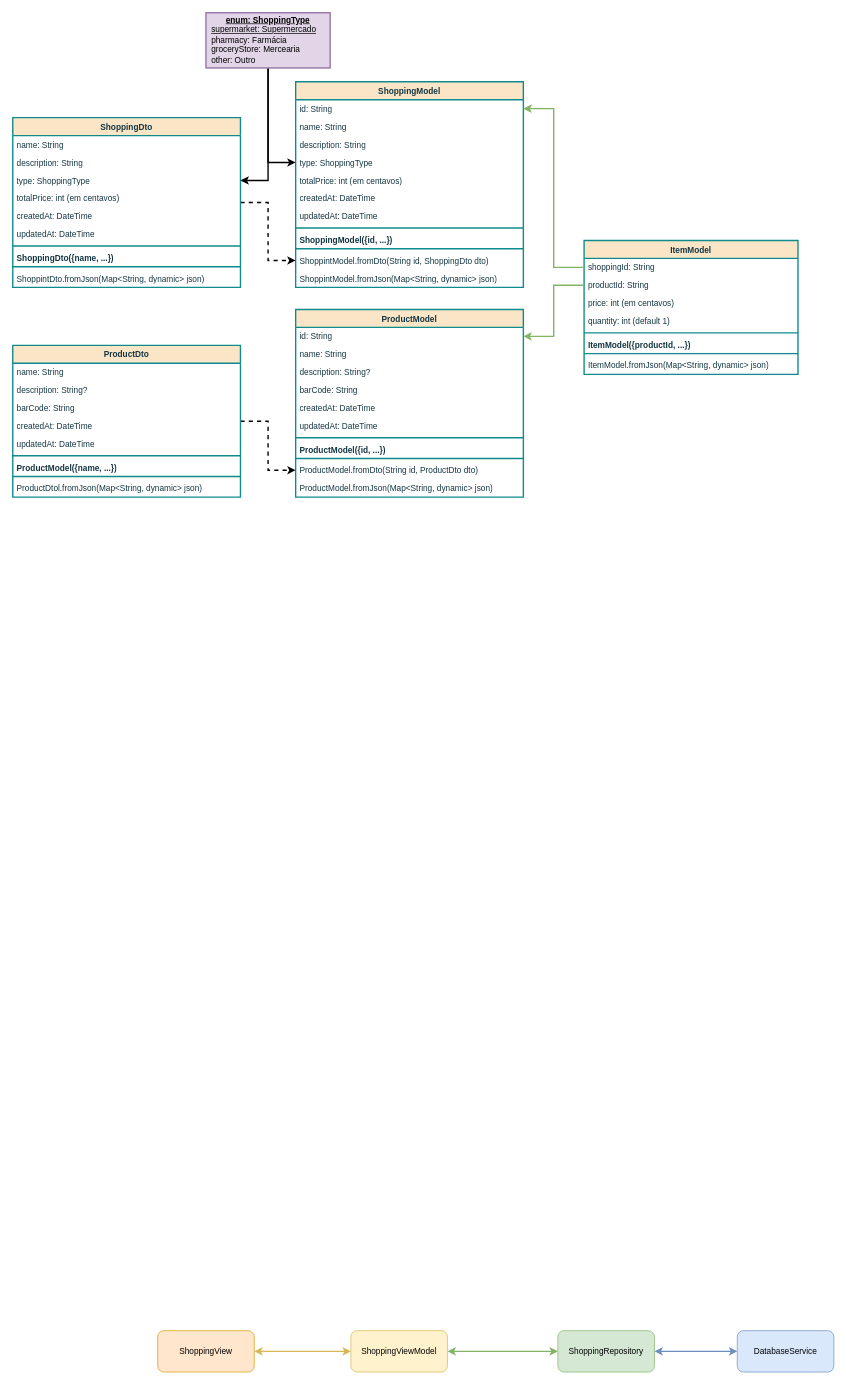
Earlier version of the draw.io diagram docs/Diagrama_de_Classes.drawio (rudsonalves/compras). Source tidied: cells renumbered, new cells numbered last; positions are measured from the earlier drawing's top-left corner, leaving out a move shared by most shapes. Both pictures are drawn from the tidied source at 69%, with x=0, y=0 at pixel (12, 12).
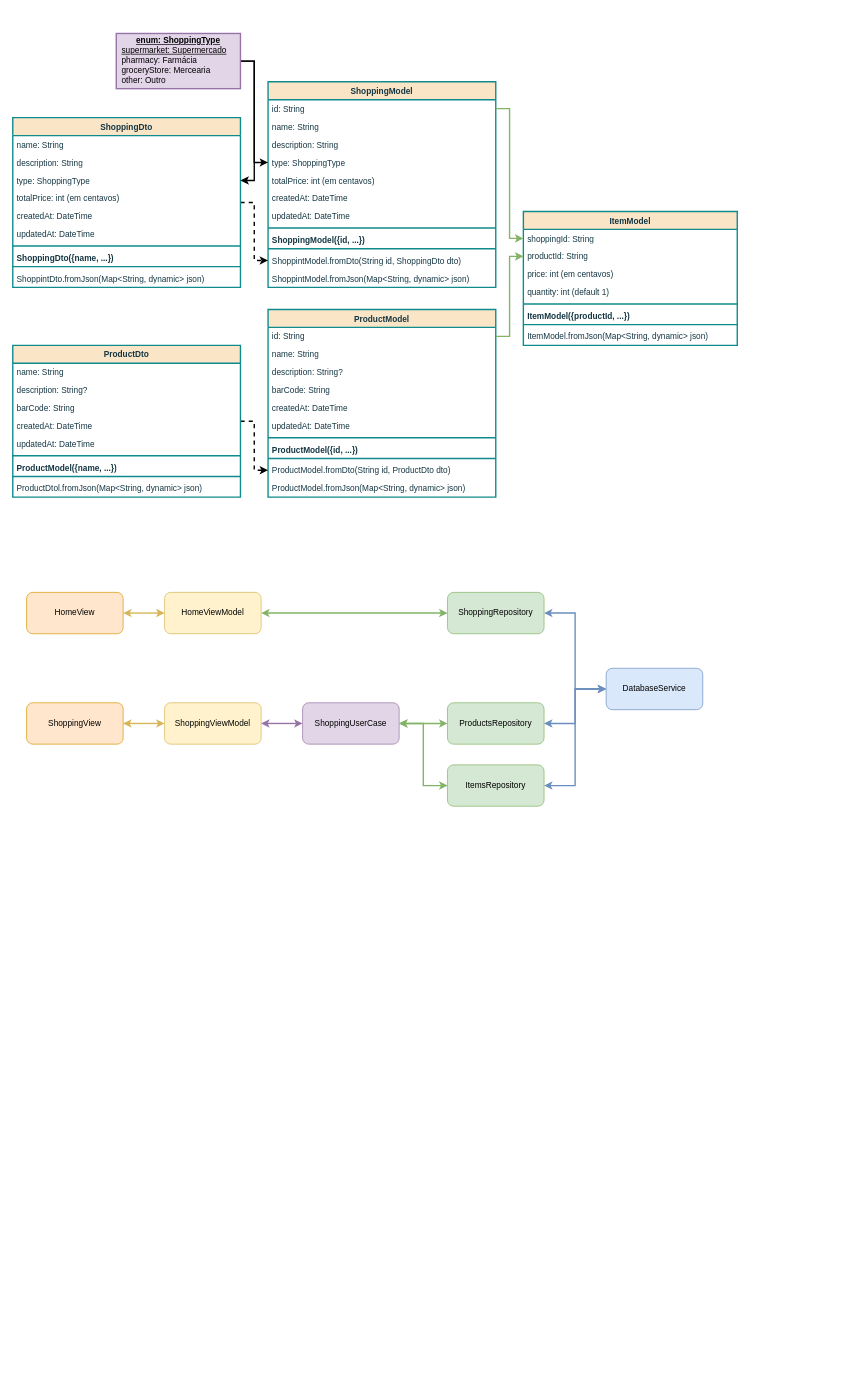
After the change.

The change refers to these unchanged cells:
```xml
<mxCell id="3" value="id: String" style="text;strokeColor=none;fillColor=none;align=left;verticalAlign=top;spacingLeft=4;spacingRight=4;overflow=hidden;points=[[0,0.5],[1,0.5]];portConstraint=eastwest;whiteSpace=wrap;html=1;labelBackgroundColor=none;fontColor=#143642;" parent="2" vertex="1">
  <mxGeometry y="26" width="330" height="26" as="geometry" />
</mxCell>
<mxCell id="6" value="type: ShoppingType" style="text;strokeColor=none;fillColor=none;align=left;verticalAlign=top;spacingLeft=4;spacingRight=4;overflow=hidden;points=[[0,0.5],[1,0.5]];portConstraint=eastwest;whiteSpace=wrap;html=1;labelBackgroundColor=none;fontColor=#143642;" parent="2" vertex="1">
  <mxGeometry y="104" width="330" height="26" as="geometry" />
</mxCell>
<mxCell id="16" value="id: String" style="text;strokeColor=none;fillColor=none;align=left;verticalAlign=top;spacingLeft=4;spacingRight=4;overflow=hidden;points=[[0,0.5],[1,0.5]];portConstraint=eastwest;whiteSpace=wrap;html=1;labelBackgroundColor=none;fontColor=#143642;" parent="15" vertex="1">
  <mxGeometry y="26" width="330" height="26" as="geometry" />
</mxCell>
<mxCell id="38" value="type: ShoppingType" style="text;strokeColor=none;fillColor=none;align=left;verticalAlign=top;spacingLeft=4;spacingRight=4;overflow=hidden;points=[[0,0.5],[1,0.5]];portConstraint=eastwest;whiteSpace=wrap;html=1;labelBackgroundColor=none;fontColor=#143642;" parent="35" vertex="1">
  <mxGeometry y="78" width="330" height="26" as="geometry" />
</mxCell>
<mxCell id="61" value="shoppingId: String" style="text;strokeColor=none;fillColor=none;align=left;verticalAlign=top;spacingLeft=4;spacingRight=4;overflow=hidden;points=[[0,0.5],[1,0.5]];portConstraint=eastwest;whiteSpace=wrap;html=1;labelBackgroundColor=none;fontColor=#143642;" parent="60" vertex="1">
  <mxGeometry y="26" width="310" height="26" as="geometry" />
</mxCell>
<mxCell id="62" value="productId: String" style="text;strokeColor=none;fillColor=none;align=left;verticalAlign=top;spacingLeft=4;spacingRight=4;overflow=hidden;points=[[0,0.5],[1,0.5]];portConstraint=eastwest;whiteSpace=wrap;html=1;labelBackgroundColor=none;fontColor=#143642;" parent="60" vertex="1">
  <mxGeometry y="52" width="310" height="26" as="geometry" />
</mxCell>
```

Change to the diagram source:
```diff
@@
     <mxCell id="2" value="ShoppingModel" style="swimlane;fontStyle=1;align=center;verticalAlign=top;horizontal=1;startSize=26;whiteSpace=wrap;html=1;labelBackgroundColor=none;fillColor=#FAE5C7;strokeColor=#0F8B8D;fontColor=#143642;strokeWidth=2;" parent="1" vertex="1">
-      <mxGeometry x="410" y="100" width="330" height="298" as="geometry" />
+      <mxGeometry x="370" y="100" width="330" height="298" as="geometry" />
     </mxCell>
@@
     <mxCell id="15" value="ProductModel" style="swimlane;fontStyle=1;align=center;verticalAlign=top;horizontal=1;startSize=26;whiteSpace=wrap;html=1;labelBackgroundColor=none;fillColor=#FAE5C7;strokeColor=#0F8B8D;fontColor=#143642;strokeWidth=2;" parent="1" vertex="1">
-      <mxGeometry x="410" y="430" width="330" height="272" as="geometry" />
+      <mxGeometry x="370" y="430" width="330" height="272" as="geometry" />
     </mxCell>
@@
     <mxCell id="28" value="ShoppingRepository" style="rounded=1;whiteSpace=wrap;html=1;fillColor=#d5e8d4;strokeColor=#82b366;" parent="1" vertex="1">
-      <mxGeometry x="790" y="1910" width="140" height="60" as="geometry" />
+      <mxGeometry x="630" y="840" width="140" height="60" as="geometry" />
     </mxCell>
-    <mxCell id="29" style="edgeStyle=orthogonalEdgeStyle;rounded=0;jettySize=auto;html=1;exitX=0;exitY=0.5;exitDx=0;exitDy=0;strokeWidth=2;fillColor=#dae8fc;strokeColor=#6c8ebf;startArrow=classic;startFill=1;" parent="1" edge="1" source="30" target="28">
+    <mxCell id="29" style="edgeStyle=orthogonalEdgeStyle;rounded=0;jettySize=auto;html=1;exitX=0;exitY=0.5;exitDx=0;exitDy=0;strokeWidth=2;fillColor=#dae8fc;strokeColor=#6c8ebf;startArrow=classic;startFill=1;entryX=1;entryY=0.5;entryDx=0;entryDy=0;" parent="1" edge="1" source="30" target="28">
       <mxGeometry relative="1" as="geometry" />
     </mxCell>
     <mxCell id="30" value="DatabaseService" style="rounded=1;whiteSpace=wrap;html=1;fillColor=#dae8fc;strokeColor=#6c8ebf;" parent="1" vertex="1">
-      <mxGeometry x="1050" y="1910" width="140" height="60" as="geometry" />
+      <mxGeometry x="860" y="950" width="140" height="60" as="geometry" />
     </mxCell>
@@
-    <mxCell id="32" value="ShoppingViewModel" style="rounded=1;whiteSpace=wrap;html=1;fillColor=#fff2cc;strokeColor=#d6b656;" parent="1" vertex="1">
-      <mxGeometry x="490" y="1910" width="140" height="60" as="geometry" />
+    <mxCell id="32" value="HomeViewModel" style="rounded=1;whiteSpace=wrap;html=1;fillColor=#fff2cc;strokeColor=#d6b656;" parent="1" vertex="1">
+      <mxGeometry x="220" y="840" width="140" height="60" as="geometry" />
     </mxCell>
-    <mxCell id="33" value="ShoppingView" style="rounded=1;whiteSpace=wrap;html=1;fillColor=#ffe6cc;strokeColor=#d79b00;" parent="1" vertex="1">
-      <mxGeometry x="210" y="1910" width="140" height="60" as="geometry" />
+    <mxCell id="33" value="HomeView" style="rounded=1;whiteSpace=wrap;html=1;fillColor=#ffe6cc;strokeColor=#d79b00;" parent="1" vertex="1">
+      <mxGeometry x="20" y="840" width="140" height="60" as="geometry" />
     </mxCell>
@@
-    <mxCell id="46" style="edgeStyle=orthogonalEdgeStyle;rounded=0;jettySize=auto;html=1;strokeWidth=2;" parent="1" edge="1" source="48" target="6">
+    <mxCell id="46" style="edgeStyle=orthogonalEdgeStyle;rounded=0;jettySize=auto;html=1;strokeWidth=2;exitX=1;exitY=0.5;exitDx=0;exitDy=0;" parent="1" edge="1" source="48" target="6">
       <mxGeometry relative="1" as="geometry" />
     </mxCell>
-    <mxCell id="47" style="edgeStyle=orthogonalEdgeStyle;rounded=0;jettySize=auto;html=1;exitX=0.5;exitY=1;exitDx=0;exitDy=0;strokeWidth=2;" parent="1" edge="1" source="48" target="38">
+    <mxCell id="47" style="edgeStyle=orthogonalEdgeStyle;rounded=0;jettySize=auto;html=1;exitX=1;exitY=0.5;exitDx=0;exitDy=0;strokeWidth=2;" parent="1" edge="1" source="48" target="38">
       <mxGeometry relative="1" as="geometry" />
     </mxCell>
     <mxCell id="48" value="&lt;p style=&quot;margin:0px;margin-top:4px;text-align:center;text-decoration:underline;&quot;&gt;&lt;b&gt;enum: ShoppingType&lt;/b&gt;&lt;/p&gt;&lt;p style=&quot;margin:0px;margin-left:8px;&quot;&gt;&lt;u style=&quot;background-color: transparent; color: light-dark(rgb(0, 0, 0), rgb(255, 255, 255));&quot;&gt;supermarket: Supermercado&lt;/u&gt;&lt;/p&gt;&lt;p style=&quot;margin:0px;margin-left:8px;&quot;&gt;pharmacy: Farmácia&lt;/p&gt;&lt;p style=&quot;margin:0px;margin-left:8px;&quot;&gt;groceryStore: Mercearia&lt;/p&gt;&lt;p style=&quot;margin:0px;margin-left:8px;&quot;&gt;other: Outro&lt;/p&gt;" style="verticalAlign=top;align=left;overflow=fill;html=1;whiteSpace=wrap;fillColor=#e1d5e7;strokeColor=#9673a6;strokeWidth=2;" parent="1" vertex="1">
-      <mxGeometry x="280" width="180" height="80" as="geometry" />
+      <mxGeometry x="150" y="30" width="180" height="80" as="geometry" />
     </mxCell>
@@
     <mxCell id="60" value="ItemModel" style="swimlane;fontStyle=1;align=center;verticalAlign=top;horizontal=1;startSize=26;whiteSpace=wrap;html=1;labelBackgroundColor=none;fillColor=#FAE5C7;strokeColor=#0F8B8D;fontColor=#143642;strokeWidth=2;" parent="1" vertex="1">
-      <mxGeometry x="828" y="330" width="310" height="194" as="geometry" />
+      <mxGeometry x="740" y="288" width="310" height="194" as="geometry" />
     </mxCell>
@@
+    <mxCell id="71" style="edgeStyle=orthogonalEdgeStyle;rounded=0;jettySize=auto;html=1;startArrow=classic;startFill=1;strokeWidth=2;fillColor=#d5e8d4;strokeColor=#82b366;entryX=1;entryY=0.5;entryDx=0;entryDy=0;exitX=0;exitY=0.5;exitDx=0;exitDy=0;" parent="1" edge="1" source="72" target="80">
+      <mxGeometry relative="1" as="geometry" />
+    </mxCell>
+    <mxCell id="72" value="ProductsRepository" style="rounded=1;whiteSpace=wrap;html=1;fillColor=#d5e8d4;strokeColor=#82b366;" parent="1" vertex="1">
+      <mxGeometry x="630" y="1000" width="140" height="60" as="geometry" />
+    </mxCell>
+    <mxCell id="73" style="edgeStyle=orthogonalEdgeStyle;rounded=0;jettySize=auto;html=1;exitX=0;exitY=0.5;exitDx=0;exitDy=0;strokeWidth=2;fillColor=#dae8fc;strokeColor=#6c8ebf;startArrow=classic;startFill=1;entryX=1;entryY=0.5;entryDx=0;entryDy=0;" parent="1" edge="1" source="30" target="72">
+      <mxGeometry relative="1" as="geometry" />
+    </mxCell>
+    <mxCell id="74" style="edgeStyle=orthogonalEdgeStyle;rounded=0;jettySize=auto;html=1;entryX=1;entryY=0.5;entryDx=0;entryDy=0;fillColor=#fff2cc;strokeColor=#d6b656;startArrow=classic;startFill=1;strokeWidth=2;" parent="1" edge="1" source="75" target="76">
+      <mxGeometry relative="1" as="geometry" />
+    </mxCell>
+    <mxCell id="75" value="ShoppingViewModel" style="rounded=1;whiteSpace=wrap;html=1;fillColor=#fff2cc;strokeColor=#d6b656;" parent="1" vertex="1">
+      <mxGeometry x="220" y="1000" width="140" height="60" as="geometry" />
+    </mxCell>
+    <mxCell id="76" value="ShoppingView" style="rounded=1;whiteSpace=wrap;html=1;fillColor=#ffe6cc;strokeColor=#d79b00;" parent="1" vertex="1">
+      <mxGeometry x="20" y="1000" width="140" height="60" as="geometry" />
+    </mxCell>
+    <mxCell id="77" style="edgeStyle=orthogonalEdgeStyle;rounded=0;jettySize=auto;html=1;fillColor=#dae8fc;strokeColor=#6c8ebf;strokeWidth=2;startArrow=classic;startFill=1;entryX=0;entryY=0.5;entryDx=0;entryDy=0;" parent="1" edge="1" source="78" target="30">
+      <mxGeometry relative="1" as="geometry" />
+    </mxCell>
+    <mxCell id="78" value="ItemsRepository" style="rounded=1;whiteSpace=wrap;html=1;fillColor=#d5e8d4;strokeColor=#82b366;" parent="1" vertex="1">
+      <mxGeometry x="630" y="1090" width="140" height="60" as="geometry" />
+    </mxCell>
+    <mxCell id="79" style="edgeStyle=orthogonalEdgeStyle;rounded=0;jettySize=auto;html=1;entryX=1;entryY=0.5;entryDx=0;entryDy=0;fillColor=#e1d5e7;strokeColor=#9673a6;startArrow=classic;startFill=1;strokeWidth=2;" parent="1" edge="1" source="80" target="75">
+      <mxGeometry relative="1" as="geometry" />
+    </mxCell>
+    <mxCell id="80" value="ShoppingUserCase" style="rounded=1;whiteSpace=wrap;html=1;fillColor=#e1d5e7;strokeColor=#9673a6;" parent="1" vertex="1">
+      <mxGeometry x="420" y="1000" width="140" height="60" as="geometry" />
+    </mxCell>
+    <mxCell id="81" style="edgeStyle=orthogonalEdgeStyle;rounded=0;jettySize=auto;html=1;startArrow=classic;startFill=1;strokeWidth=2;fillColor=#d5e8d4;strokeColor=#82b366;entryX=1;entryY=0.5;entryDx=0;entryDy=0;" parent="1" edge="1" source="78" target="80">
+      <mxGeometry relative="1" as="geometry" />
+    </mxCell>
+    <mxCell id="70" style="edgeStyle=orthogonalEdgeStyle;rounded=0;jettySize=auto;html=1;strokeWidth=2;fillColor=#d5e8d4;strokeColor=#82b366;exitX=1;exitY=0.5;exitDx=0;exitDy=0;" parent="1" edge="1" source="16" target="62">
+      <mxGeometry relative="1" as="geometry" />
+    </mxCell>
-    <mxCell id="69" style="edgeStyle=orthogonalEdgeStyle;rounded=0;jettySize=auto;html=1;strokeWidth=2;fillColor=#d5e8d4;strokeColor=#82b366;exitX=0;exitY=0.5;exitDx=0;exitDy=0;" parent="1" edge="1" source="61" target="3">
+    <mxCell id="69" style="edgeStyle=orthogonalEdgeStyle;rounded=0;jettySize=auto;html=1;strokeWidth=2;fillColor=#d5e8d4;strokeColor=#82b366;entryX=0;entryY=0.5;entryDx=0;entryDy=0;" parent="1" edge="1" source="3" target="61">
       <mxGeometry relative="1" as="geometry" />
     </mxCell>
-    <mxCell id="70" style="edgeStyle=orthogonalEdgeStyle;rounded=0;jettySize=auto;html=1;strokeWidth=2;fillColor=#d5e8d4;strokeColor=#82b366;entryX=1;entryY=0.5;entryDx=0;entryDy=0;" parent="1" edge="1" source="62" target="16">
-      <mxGeometry relative="1" as="geometry" />
-    </mxCell>
```
